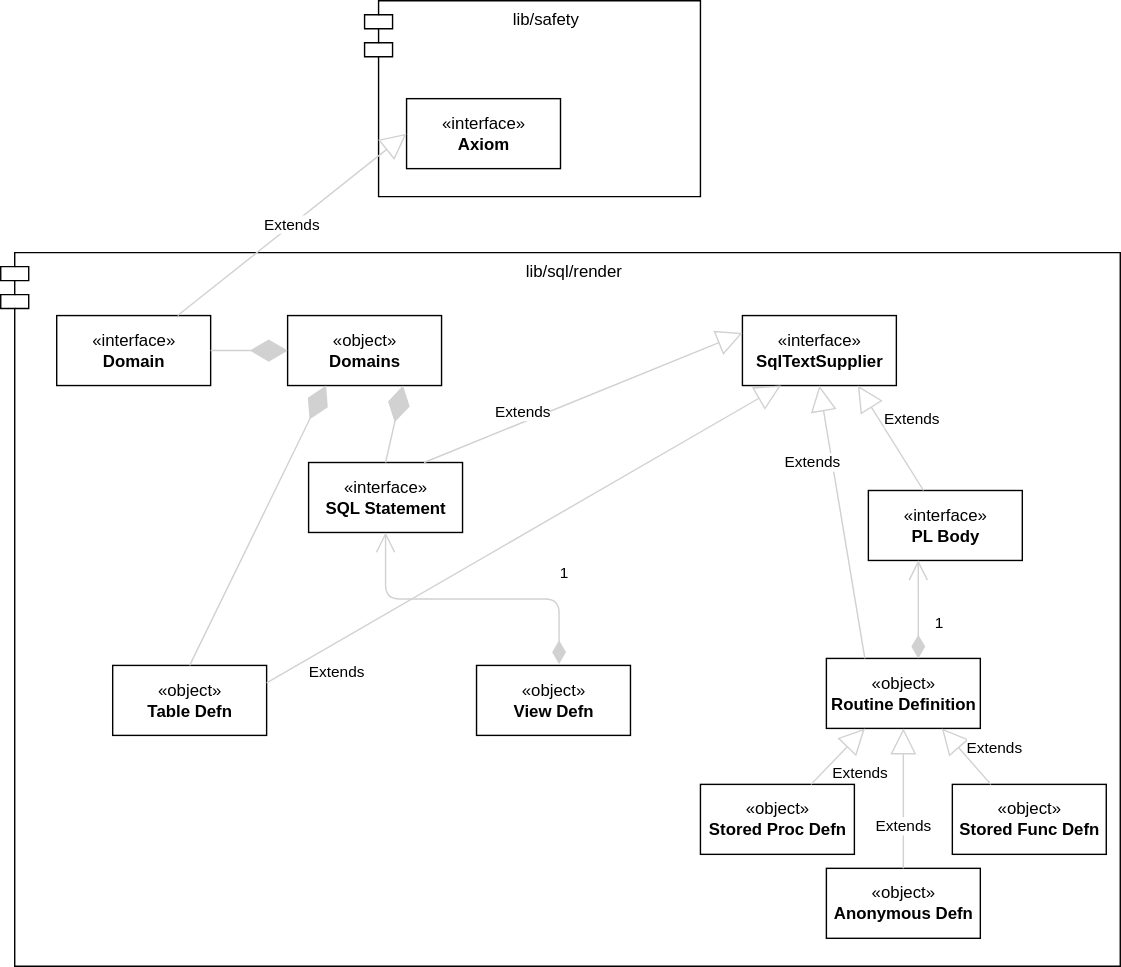
ResFactory/r2 keeps this draw.io diagram as lib/sql/render/mod.drawio.svg. Above is the earlier version. Source tidied: cells renumbered, new cells last; positions are measured from the earlier drawing's top-left corner, leaving out a move shared by most shapes.
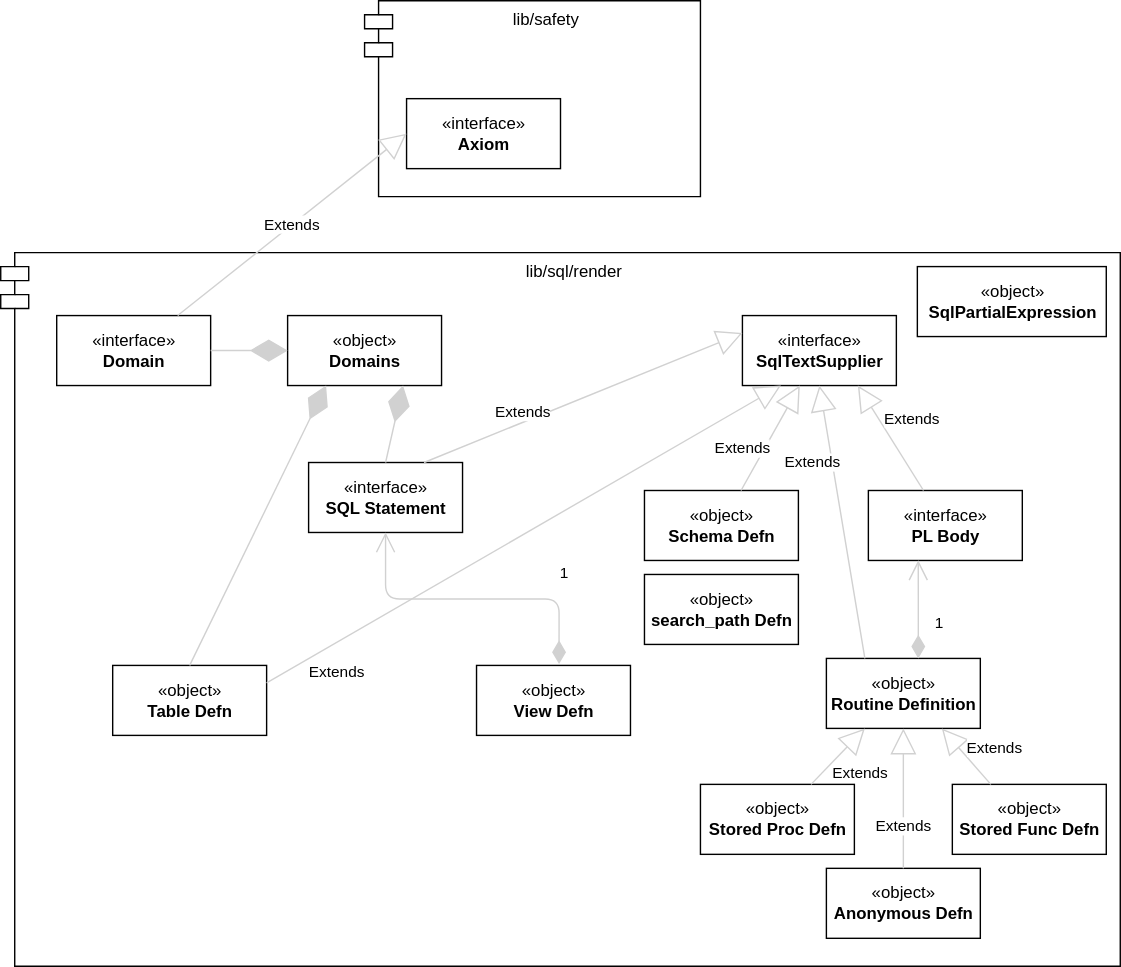
Above is the later version.

Diff of the diagram source:
```diff
@@ -83,5 +83,17 @@
     <mxCell id="28" value="Extends" style="endArrow=block;endSize=16;endFill=0;html=1;strokeColor=#D1D1D1;entryX=0.5;entryY=1;entryDx=0;entryDy=0;" parent="1" edge="1" source="27" target="11">
       <mxGeometry x="-0.4" relative="1" as="geometry" />
     </mxCell>
+    <mxCell id="29" value="«object»&lt;br&gt;&lt;b&gt;Schema Defn&lt;/b&gt;" style="html=1;" parent="1" vertex="1">
+      <mxGeometry x="460" y="350" width="110" height="50" as="geometry" />
+    </mxCell>
+    <mxCell id="30" value="«object»&lt;br&gt;&lt;b&gt;search_path Defn&lt;/b&gt;" style="html=1;" parent="1" vertex="1">
+      <mxGeometry x="460" y="410" width="110" height="50" as="geometry" />
+    </mxCell>
+    <mxCell id="31" value="Extends" style="endArrow=block;endSize=16;endFill=0;html=1;strokeColor=#D1D1D1;" parent="1" edge="1" source="29" target="12">
+      <mxGeometry x="-0.38" y="14" relative="1" as="geometry" />
+    </mxCell>
+    <mxCell id="32" value="«object»&lt;br&gt;&lt;b&gt;SqlPartialExpression&lt;/b&gt;" style="html=1;" parent="1" vertex="1">
+      <mxGeometry x="655" y="190" width="135" height="50" as="geometry" />
+    </mxCell>
   </root>
 </mxGraphModel>
```
